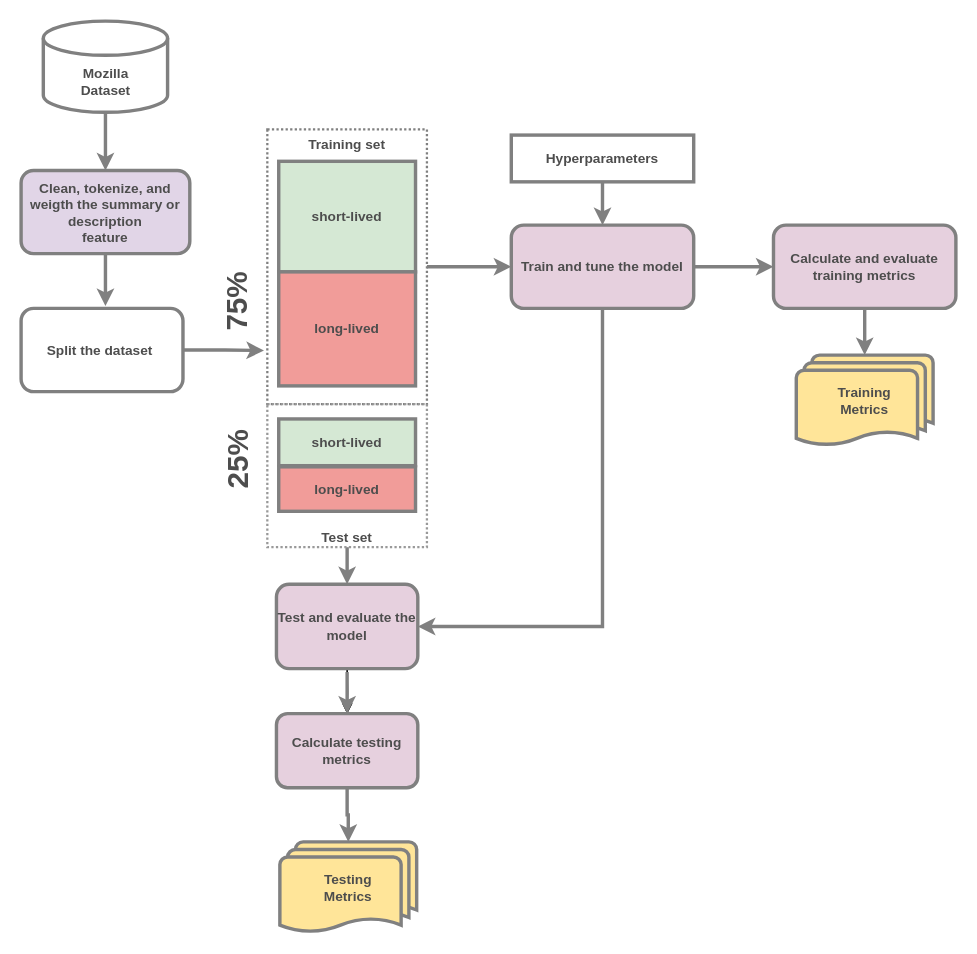
Earlier version of the draw.io diagram page "Page-3" (3 of 4) of figures/Presentation Figures.drawio (gomesluiz/my-doctoral-presentation). Source tidied: cells renumbered, new cells numbered last; positions are measured from the earlier drawing's top-left corner, leaving out a move shared by most shapes. Both pictures are drawn from the tidied source at 114%, with x=0, y=0 at pixel (21, 21).
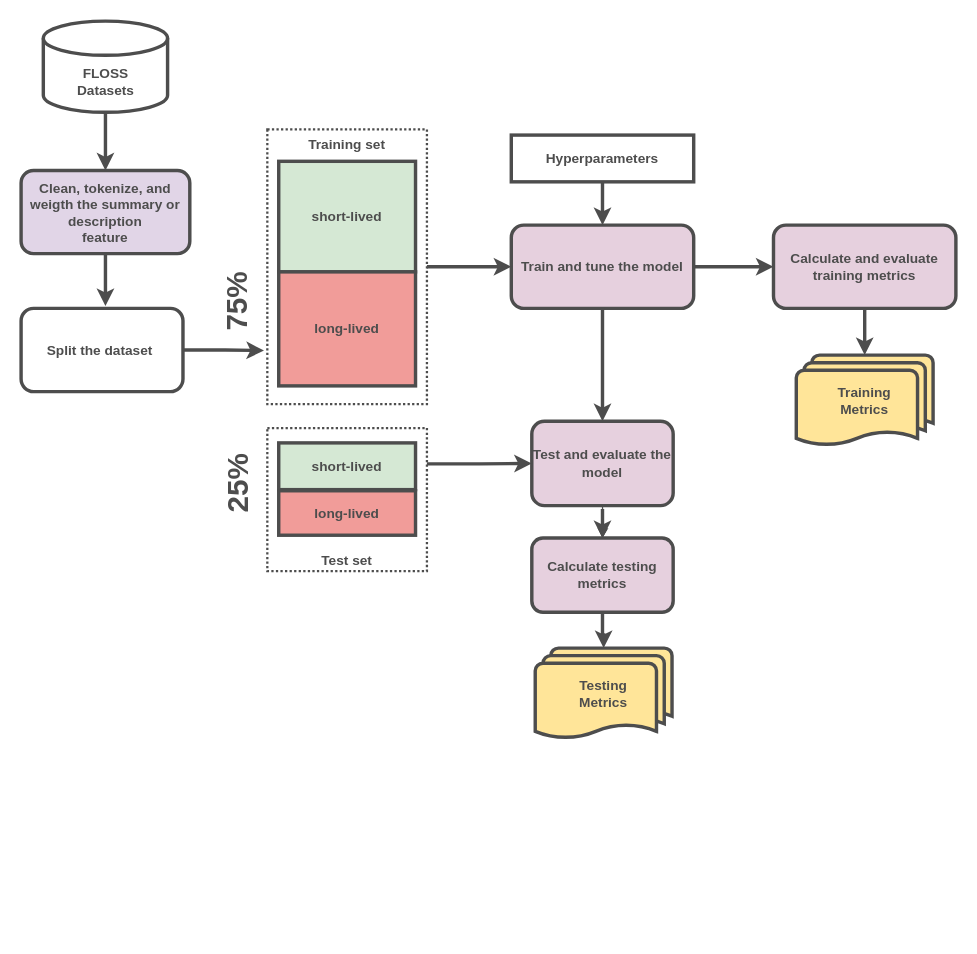
Above is the later version.

Diff of the diagram source:
```diff
@@
-    <mxCell id="2" value="Training set" style="rounded=0;whiteSpace=wrap;html=1;shadow=0;glass=0;strokeWidth=2;fillColor=none;dashed=1;dashPattern=1 1;verticalAlign=top;strokeColor=#808080;fontStyle=1;fontColor=#4D4D4D;" parent="1" vertex="1">
+    <mxCell id="2" value="Training set" style="rounded=0;whiteSpace=wrap;html=1;shadow=0;glass=0;strokeWidth=2;fillColor=none;dashed=1;dashPattern=1 1;verticalAlign=top;fontStyle=1;fontColor=#4D4D4D;strokeColor=#4D4D4D;" parent="1" vertex="1">
       <mxGeometry x="216" y="95" width="140" height="241" as="geometry" />
     </mxCell>
-    <mxCell id="3" style="edgeStyle=orthogonalEdgeStyle;rounded=0;jettySize=auto;html=1;entryX=0;entryY=0.5;entryDx=0;entryDy=0;strokeColor=#808080;strokeWidth=3;fontColor=#4D4D4D;" parent="1" edge="1" source="4" target="12">
+    <mxCell id="3" style="edgeStyle=orthogonalEdgeStyle;rounded=0;jettySize=auto;html=1;entryX=0;entryY=0.5;entryDx=0;entryDy=0;strokeWidth=3;fontColor=#4D4D4D;strokeColor=#4D4D4D;" parent="1" edge="1" source="4" target="12">
       <mxGeometry relative="1" as="geometry" />
     </mxCell>
-    <mxCell id="4" value="Train and tune the model" style="rounded=1;whiteSpace=wrap;html=1;shadow=0;glass=0;strokeWidth=3;strokeColor=#808080;fontStyle=1;fillColor=#E6D0DE;fontColor=#4D4D4D;" parent="1" vertex="1">
+    <mxCell id="4" value="Train and tune the model" style="rounded=1;whiteSpace=wrap;html=1;shadow=0;glass=0;strokeWidth=3;fontStyle=1;fillColor=#E6D0DE;fontColor=#4D4D4D;strokeColor=#4D4D4D;" parent="1" vertex="1">
       <mxGeometry x="430" y="179" width="160" height="73" as="geometry" />
     </mxCell>
-    <mxCell id="5" style="edgeStyle=orthogonalEdgeStyle;rounded=0;jettySize=auto;html=1;strokeWidth=3;strokeColor=#808080;fontStyle=1;fontColor=#4D4D4D;" parent="1" edge="1" source="6" target="4">
+    <mxCell id="5" style="edgeStyle=orthogonalEdgeStyle;rounded=0;jettySize=auto;html=1;strokeWidth=3;fontStyle=1;fontColor=#4D4D4D;strokeColor=#4D4D4D;" parent="1" edge="1" source="6" target="4">
       <mxGeometry relative="1" as="geometry" />
     </mxCell>
-    <mxCell id="6" value="Hyperparameters" style="rounded=0;whiteSpace=wrap;html=1;shadow=0;glass=0;strokeWidth=3;strokeColor=#808080;fontStyle=1;fontColor=#4D4D4D;" parent="1" vertex="1">
+    <mxCell id="6" value="Hyperparameters" style="rounded=0;whiteSpace=wrap;html=1;shadow=0;glass=0;strokeWidth=3;fontStyle=1;fontColor=#4D4D4D;strokeColor=#4D4D4D;" parent="1" vertex="1">
       <mxGeometry x="430" y="100" width="160" height="41" as="geometry" />
     </mxCell>
-    <mxCell id="7" style="edgeStyle=orthogonalEdgeStyle;rounded=0;jettySize=auto;html=1;strokeWidth=3;exitX=1;exitY=0.5;exitDx=0;exitDy=0;strokeColor=#808080;fontStyle=1;fontColor=#4D4D4D;" parent="1" edge="1" source="2" target="4">
+    <mxCell id="7" style="edgeStyle=orthogonalEdgeStyle;rounded=0;jettySize=auto;html=1;strokeWidth=3;exitX=1;exitY=0.5;exitDx=0;exitDy=0;fontStyle=1;fontColor=#4D4D4D;strokeColor=#4D4D4D;" parent="1" edge="1" source="2" target="4">
       <mxGeometry relative="1" as="geometry" />
     </mxCell>
@@
-    <mxCell id="9" style="edgeStyle=orthogonalEdgeStyle;rounded=0;jettySize=auto;html=1;strokeWidth=3;strokeColor=#808080;entryX=-0.021;entryY=0.805;entryDx=0;entryDy=0;fontStyle=1;entryPerimeter=0;fontColor=#4D4D4D;" parent="1" edge="1" source="10" target="2">
+    <mxCell id="9" style="edgeStyle=orthogonalEdgeStyle;rounded=0;jettySize=auto;html=1;strokeWidth=3;entryX=-0.021;entryY=0.805;entryDx=0;entryDy=0;fontStyle=1;entryPerimeter=0;fontColor=#4D4D4D;strokeColor=#4D4D4D;" parent="1" edge="1" source="10" target="2">
       <mxGeometry relative="1" as="geometry" />
     </mxCell>
-    <mxCell id="10" value="Split the dataset&amp;nbsp;" style="rounded=1;whiteSpace=wrap;html=1;shadow=0;glass=0;strokeWidth=3;strokeColor=#808080;fontStyle=1;fontColor=#4D4D4D;" parent="1" vertex="1">
+    <mxCell id="10" value="Split the dataset&amp;nbsp;" style="rounded=1;whiteSpace=wrap;html=1;shadow=0;glass=0;strokeWidth=3;fontStyle=1;fontColor=#4D4D4D;strokeColor=#4D4D4D;" parent="1" vertex="1">
       <mxGeometry y="252" width="142" height="73" as="geometry" />
     </mxCell>
-    <mxCell id="11" style="edgeStyle=orthogonalEdgeStyle;rounded=0;jettySize=auto;html=1;exitX=0.5;exitY=1;exitDx=0;exitDy=0;entryX=1;entryY=0.5;entryDx=0;entryDy=0;strokeWidth=3;strokeColor=#808080;fontStyle=1;fontColor=#4D4D4D;" parent="1" edge="1" source="4" target="15">
+    <mxCell id="11" style="edgeStyle=orthogonalEdgeStyle;rounded=0;jettySize=auto;html=1;exitX=0.5;exitY=1;exitDx=0;exitDy=0;strokeWidth=3;fontStyle=1;fontColor=#4D4D4D;strokeColor=#4D4D4D;entryX=0.5;entryY=0;entryDx=0;entryDy=0;" parent="1" edge="1" source="4" target="15">
       <mxGeometry relative="1" as="geometry" />
     </mxCell>
-    <mxCell id="12" value="Calculate and evaluate training metrics" style="rounded=1;whiteSpace=wrap;html=1;shadow=0;glass=0;strokeWidth=3;strokeColor=#808080;fontStyle=1;fillColor=#E6D0DE;fontColor=#4D4D4D;" parent="1" vertex="1">
+    <mxCell id="12" value="Calculate and evaluate training metrics" style="rounded=1;whiteSpace=wrap;html=1;shadow=0;glass=0;strokeWidth=3;fontStyle=1;fillColor=#E6D0DE;fontColor=#4D4D4D;strokeColor=#4D4D4D;" parent="1" vertex="1">
       <mxGeometry x="660" y="179" width="160" height="73" as="geometry" />
     </mxCell>
-    <mxCell id="13" style="edgeStyle=orthogonalEdgeStyle;rounded=0;jettySize=auto;html=1;fontColor=#4D4D4D;" parent="1" edge="1" target="24">
+    <mxCell id="13" style="edgeStyle=orthogonalEdgeStyle;rounded=0;jettySize=auto;html=1;fontColor=#4D4D4D;strokeColor=#4D4D4D;" parent="1" edge="1" target="24">
       <mxGeometry relative="1" as="geometry">
-        <mxPoint x="286" y="568" as="sourcePoint" />
+        <mxPoint x="510" y="425" as="sourcePoint" />
       </mxGeometry>
     </mxCell>
-    <mxCell id="14" style="edgeStyle=orthogonalEdgeStyle;rounded=0;jettySize=auto;html=1;exitX=0.5;exitY=1;exitDx=0;exitDy=0;fontColor=#4D4D4D;" parent="1" edge="1" source="15" target="24">
+    <mxCell id="14" style="edgeStyle=orthogonalEdgeStyle;rounded=0;jettySize=auto;html=1;exitX=0.5;exitY=1;exitDx=0;exitDy=0;fontColor=#4D4D4D;strokeColor=#4D4D4D;" parent="1" edge="1" source="15" target="24">
       <mxGeometry relative="1" as="geometry" />
     </mxCell>
-    <mxCell id="15" value="&lt;font&gt;Test and evaluate the model&lt;/font&gt;" style="rounded=1;whiteSpace=wrap;html=1;shadow=0;glass=0;strokeWidth=3;strokeColor=#808080;fontStyle=1;fillColor=#E6D0DE;fontColor=#4D4D4D;" parent="1" vertex="1">
-      <mxGeometry x="224" y="494" width="124" height="74" as="geometry" />
+    <mxCell id="15" value="&lt;font&gt;Test and evaluate the model&lt;/font&gt;" style="rounded=1;whiteSpace=wrap;html=1;shadow=0;glass=0;strokeWidth=3;fontStyle=1;fillColor=#E6D0DE;fontColor=#4D4D4D;strokeColor=#4D4D4D;" parent="1" vertex="1">
+      <mxGeometry x="448" y="351" width="124" height="74" as="geometry" />
     </mxCell>
-    <mxCell id="16" value="short-lived" style="rounded=0;whiteSpace=wrap;html=1;shadow=0;glass=0;strokeWidth=3;fillColor=#d5e8d4;strokeColor=#808080;fontStyle=1;fontColor=#4D4D4D;" parent="1" vertex="1">
+    <mxCell id="16" value="short-lived" style="rounded=0;whiteSpace=wrap;html=1;shadow=0;glass=0;strokeWidth=3;fillColor=#d5e8d4;fontStyle=1;fontColor=#4D4D4D;strokeColor=#4D4D4D;" parent="1" vertex="1">
       <mxGeometry x="226" y="123" width="120" height="97" as="geometry" />
     </mxCell>
-    <mxCell id="17" value="long-lived" style="rounded=0;whiteSpace=wrap;html=1;shadow=0;glass=0;strokeWidth=3;strokeColor=#808080;fontStyle=1;fillColor=#F19C99;fontColor=#4D4D4D;" parent="1" vertex="1">
+    <mxCell id="17" value="long-lived" style="rounded=0;whiteSpace=wrap;html=1;shadow=0;glass=0;strokeWidth=3;fontStyle=1;fillColor=#F19C99;fontColor=#4D4D4D;strokeColor=#4D4D4D;" parent="1" vertex="1">
       <mxGeometry x="226" y="220" width="120" height="100" as="geometry" />
     </mxCell>
-    <mxCell id="18" style="edgeStyle=orthogonalEdgeStyle;rounded=0;jettySize=auto;html=1;exitX=0.5;exitY=1;exitDx=0;exitDy=0;entryX=0.5;entryY=0;entryDx=0;entryDy=0;fontStyle=1;strokeColor=#808080;strokeWidth=3;fontColor=#4D4D4D;" parent="1" edge="1" source="19" target="15">
+    <mxCell id="18" style="edgeStyle=orthogonalEdgeStyle;rounded=0;jettySize=auto;html=1;exitX=1;exitY=0.25;exitDx=0;exitDy=0;entryX=0;entryY=0.5;entryDx=0;entryDy=0;fontStyle=1;strokeWidth=3;fontColor=#4D4D4D;strokeColor=#4D4D4D;" parent="1" edge="1" source="19" target="15">
       <mxGeometry relative="1" as="geometry" />
     </mxCell>
-    <mxCell id="19" value="&lt;div&gt;&lt;font&gt;&lt;b&gt;Test set&lt;br&gt;&lt;/b&gt;&lt;/font&gt;&lt;/div&gt;" style="rounded=0;whiteSpace=wrap;html=1;shadow=0;glass=0;strokeColor=#999999;strokeWidth=2;fillColor=none;dashed=1;dashPattern=1 1;verticalAlign=bottom;fontColor=#4D4D4D;" parent="1" vertex="1">
-      <mxGeometry x="216" y="336" width="140" height="125.5" as="geometry" />
+    <mxCell id="19" value="&lt;div&gt;&lt;font&gt;&lt;b&gt;Test set&lt;br&gt;&lt;/b&gt;&lt;/font&gt;&lt;/div&gt;" style="rounded=0;whiteSpace=wrap;html=1;shadow=0;glass=0;strokeWidth=2;fillColor=none;dashed=1;dashPattern=1 1;verticalAlign=bottom;fontColor=#4D4D4D;strokeColor=#4D4D4D;" parent="1" vertex="1">
+      <mxGeometry x="216" y="357" width="140" height="125.5" as="geometry" />
     </mxCell>
-    <mxCell id="20" value="&lt;font&gt;&lt;b&gt;&lt;font style=&quot;font-size: 26px&quot;&gt;25%&lt;/font&gt;&lt;/b&gt;&lt;/font&gt;" style="text;html=1;strokeColor=none;fillColor=none;align=center;verticalAlign=middle;whiteSpace=wrap;rounded=0;shadow=0;glass=0;rotation=-90;fontColor=#4D4D4D;" parent="1" vertex="1">
-      <mxGeometry x="170" y="370" width="40" height="29" as="geometry" />
+    <mxCell id="20" value="&lt;font&gt;&lt;b&gt;&lt;font style=&quot;font-size: 26px&quot;&gt;25%&lt;/font&gt;&lt;/b&gt;&lt;/font&gt;" style="text;html=1;fillColor=none;align=center;verticalAlign=middle;whiteSpace=wrap;rounded=0;shadow=0;glass=0;rotation=-90;fontColor=#4D4D4D;" parent="1" vertex="1">
+      <mxGeometry x="170" y="391" width="40" height="29" as="geometry" />
     </mxCell>
-    <mxCell id="21" value="short-lived" style="rounded=0;whiteSpace=wrap;html=1;shadow=0;glass=0;strokeWidth=3;fillColor=#d5e8d4;strokeColor=#808080;fontStyle=1;fontColor=#4D4D4D;" parent="1" vertex="1">
-      <mxGeometry x="226" y="349" width="120" height="41" as="geometry" />
+    <mxCell id="21" value="short-lived" style="rounded=0;whiteSpace=wrap;html=1;shadow=0;glass=0;strokeWidth=3;fillColor=#d5e8d4;fontStyle=1;fontColor=#4D4D4D;strokeColor=#4D4D4D;" parent="1" vertex="1">
+      <mxGeometry x="226" y="370" width="120" height="41" as="geometry" />
     </mxCell>
-    <mxCell id="22" value="long-lived" style="rounded=0;whiteSpace=wrap;html=1;shadow=0;glass=0;strokeWidth=3;strokeColor=#808080;fontStyle=1;fillColor=#F19C99;fontColor=#4D4D4D;" parent="1" vertex="1">
-      <mxGeometry x="226" y="391" width="120" height="39" as="geometry" />
+    <mxCell id="22" value="long-lived" style="rounded=0;whiteSpace=wrap;html=1;shadow=0;glass=0;strokeWidth=3;fontStyle=1;fillColor=#F19C99;fontColor=#4D4D4D;strokeColor=#4D4D4D;" parent="1" vertex="1">
+      <mxGeometry x="226" y="412" width="120" height="39" as="geometry" />
     </mxCell>
-    <mxCell id="23" style="edgeStyle=orthogonalEdgeStyle;rounded=0;jettySize=auto;html=1;entryX=0.5;entryY=0;entryDx=0;entryDy=0;strokeWidth=3;strokeColor=#808080;entryPerimeter=0;fontColor=#4D4D4D;" parent="1" edge="1" source="24" target="30">
+    <mxCell id="23" style="edgeStyle=orthogonalEdgeStyle;rounded=0;jettySize=auto;html=1;entryX=0.5;entryY=0;entryDx=0;entryDy=0;strokeWidth=3;entryPerimeter=0;fontColor=#4D4D4D;strokeColor=#4D4D4D;" parent="1" edge="1" source="24" target="30">
       <mxGeometry relative="1" as="geometry" />
     </mxCell>
-    <mxCell id="24" value="Calculate testing metrics" style="rounded=1;whiteSpace=wrap;html=1;shadow=0;glass=0;strokeWidth=3;fontStyle=1;strokeColor=#808080;fillColor=#E6D0DE;fontColor=#4D4D4D;" parent="1" vertex="1">
-      <mxGeometry x="224" y="607.5" width="124" height="65" as="geometry" />
+    <mxCell id="24" value="Calculate testing metrics" style="rounded=1;whiteSpace=wrap;html=1;shadow=0;glass=0;strokeWidth=3;fontStyle=1;fillColor=#E6D0DE;fontColor=#4D4D4D;strokeColor=#4D4D4D;" parent="1" vertex="1">
+      <mxGeometry x="448" y="453.5" width="124" height="65" as="geometry" />
     </mxCell>
-    <mxCell id="25" style="edgeStyle=orthogonalEdgeStyle;rounded=0;jettySize=auto;html=1;entryX=0.5;entryY=0;entryDx=0;entryDy=0;strokeWidth=3;strokeColor=#808080;fontStyle=1;fontColor=#4D4D4D;" parent="1" edge="1" target="24">
+    <mxCell id="25" style="edgeStyle=orthogonalEdgeStyle;rounded=0;jettySize=auto;html=1;entryX=0.5;entryY=0;entryDx=0;entryDy=0;strokeWidth=3;fontStyle=1;fontColor=#4D4D4D;strokeColor=#4D4D4D;" parent="1" edge="1" target="24">
       <mxGeometry relative="1" as="geometry">
-        <mxPoint x="286" y="571" as="sourcePoint" />
+        <mxPoint x="510" y="428" as="sourcePoint" />
       </mxGeometry>
     </mxCell>
-    <mxCell id="26" style="edgeStyle=orthogonalEdgeStyle;rounded=0;jettySize=auto;html=1;entryX=0.5;entryY=0;entryDx=0;entryDy=0;strokeWidth=3;strokeColor=#808080;fontStyle=1;fontColor=#4D4D4D;" parent="1" edge="1" source="27" target="28">
+    <mxCell id="26" style="edgeStyle=orthogonalEdgeStyle;rounded=0;jettySize=auto;html=1;entryX=0.5;entryY=0;entryDx=0;entryDy=0;strokeWidth=3;fontStyle=1;fontColor=#4D4D4D;strokeColor=#4D4D4D;" parent="1" edge="1" source="27" target="28">
       <mxGeometry relative="1" as="geometry" />
     </mxCell>
-    <mxCell id="27" value="Mozilla&lt;br&gt;Dataset" style="shape=cylinder3;whiteSpace=wrap;html=1;boundedLbl=1;backgroundOutline=1;size=15;strokeWidth=3;strokeColor=#808080;rounded=1;shadow=0;fontStyle=1;glass=0;fontColor=#4D4D4D;" parent="1" vertex="1">
+    <mxCell id="27" value="FLOSS&lt;br&gt;Datasets" style="shape=cylinder3;whiteSpace=wrap;html=1;boundedLbl=1;backgroundOutline=1;size=15;strokeWidth=3;rounded=1;shadow=0;fontStyle=1;glass=0;fontColor=#4D4D4D;strokeColor=#4D4D4D;" parent="1" vertex="1">
       <mxGeometry x="19.5" width="109" height="80" as="geometry" />
     </mxCell>
-    <mxCell id="28" value="Clean, tokenize, and weigth the summary or description&lt;br&gt;feature" style="rounded=1;whiteSpace=wrap;html=1;shadow=0;glass=0;strokeWidth=3;strokeColor=#808080;fontStyle=1;fillColor=#E1D5E7;fontColor=#4D4D4D;" parent="1" vertex="1">
+    <mxCell id="28" value="Clean, tokenize, and weigth the summary or description&lt;br&gt;feature" style="rounded=1;whiteSpace=wrap;html=1;shadow=0;glass=0;strokeWidth=3;fontStyle=1;fillColor=#E1D5E7;fontColor=#4D4D4D;strokeColor=#4D4D4D;" parent="1" vertex="1">
       <mxGeometry y="131" width="148" height="73" as="geometry" />
     </mxCell>
-    <mxCell id="29" style="edgeStyle=orthogonalEdgeStyle;rounded=0;jettySize=auto;html=1;strokeColor=#808080;strokeWidth=3;exitX=0.5;exitY=1;exitDx=0;exitDy=0;fontColor=#4D4D4D;" parent="1" edge="1" source="28">
+    <mxCell id="29" style="edgeStyle=orthogonalEdgeStyle;rounded=0;jettySize=auto;html=1;strokeWidth=3;exitX=0.5;exitY=1;exitDx=0;exitDy=0;fontColor=#4D4D4D;strokeColor=#4D4D4D;" parent="1" edge="1" source="28">
       <mxGeometry relative="1" as="geometry">
         <mxPoint x="74" y="250" as="targetPoint" />
       </mxGeometry>
     </mxCell>
-    <mxCell id="30" value="Testing&lt;br&gt;Metrics" style="strokeWidth=3;html=1;shape=mxgraph.flowchart.multi-document;whiteSpace=wrap;rounded=1;shadow=0;fontStyle=1;strokeColor=#808080;glass=0;fillColor=#FFE599;fontColor=#4D4D4D;" parent="1" vertex="1">
-      <mxGeometry x="227" y="720" width="120" height="80" as="geometry" />
+    <mxCell id="30" value="Testing&lt;br&gt;Metrics" style="strokeWidth=3;html=1;shape=mxgraph.flowchart.multi-document;whiteSpace=wrap;rounded=1;shadow=0;fontStyle=1;glass=0;fillColor=#FFE599;fontColor=#4D4D4D;strokeColor=#4D4D4D;" parent="1" vertex="1">
+      <mxGeometry x="451" y="550" width="120" height="80" as="geometry" />
     </mxCell>
-    <mxCell id="31" value="Training&lt;br&gt;Metrics" style="strokeWidth=3;html=1;shape=mxgraph.flowchart.multi-document;whiteSpace=wrap;rounded=1;shadow=0;fontStyle=1;strokeColor=#808080;glass=0;fillColor=#FFE599;fontColor=#4D4D4D;" parent="1" vertex="1">
+    <mxCell id="31" value="Training&lt;br&gt;Metrics" style="strokeWidth=3;html=1;shape=mxgraph.flowchart.multi-document;whiteSpace=wrap;rounded=1;shadow=0;fontStyle=1;glass=0;fillColor=#FFE599;fontColor=#4D4D4D;strokeColor=#4D4D4D;" parent="1" vertex="1">
       <mxGeometry x="680" y="293" width="120" height="80" as="geometry" />
     </mxCell>
-    <mxCell id="32" style="edgeStyle=orthogonalEdgeStyle;rounded=0;jettySize=auto;html=1;entryX=0.5;entryY=0;entryDx=0;entryDy=0;strokeWidth=3;strokeColor=#808080;entryPerimeter=0;exitX=0.5;exitY=1;exitDx=0;exitDy=0;fontColor=#4D4D4D;" parent="1" edge="1" source="12" target="31">
+    <mxCell id="32" style="edgeStyle=orthogonalEdgeStyle;rounded=0;jettySize=auto;html=1;entryX=0.5;entryY=0;entryDx=0;entryDy=0;strokeWidth=3;entryPerimeter=0;exitX=0.5;exitY=1;exitDx=0;exitDy=0;fontColor=#4D4D4D;strokeColor=#4D4D4D;" parent="1" edge="1" source="12" target="31">
       <mxGeometry relative="1" as="geometry" />
     </mxCell>
```
